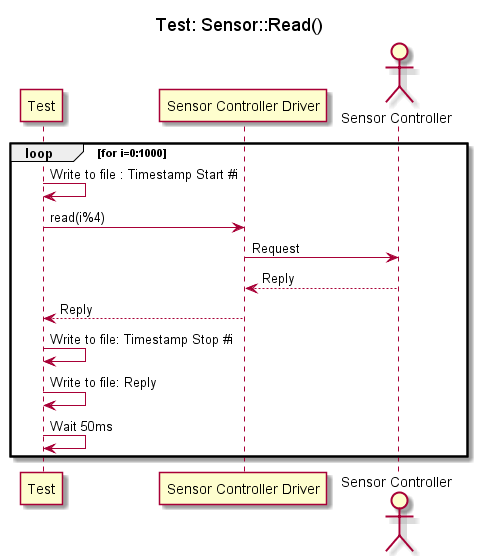
Earlier version of the PlantUML export Test/Sensor Controller/Sekvensdiagrammer/SensorControllerDriver/read/SDtestSensorControllerDriverRead.png (Solvgraa-mager/E4PRJ4).
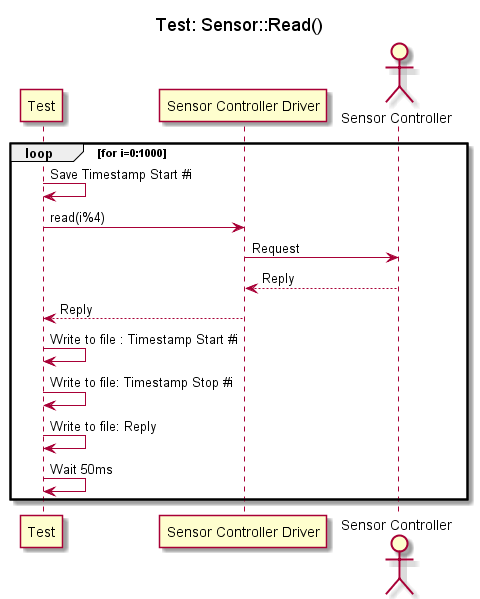
After the commit.

What changed in the source:
```diff
@@ -7,11 +7,12 @@
 actor "Sensor Controller" as SC
 
 loop for i=0:1000
-    Test -> Test : Write to file : Timestamp Start #i
+    Test -> Test : Save Timestamp Start #i
     Test -> SCD : read(i%4)
     SCD -> SC : Request
     SC --> SCD : Reply
     SCD --> Test : Reply
+    Test -> Test : Write to file : Timestamp Start #i
     Test -> Test : Write to file: Timestamp Stop #i
     Test -> Test : Write to file: Reply
     Test -> Test : Wait 50ms
```
